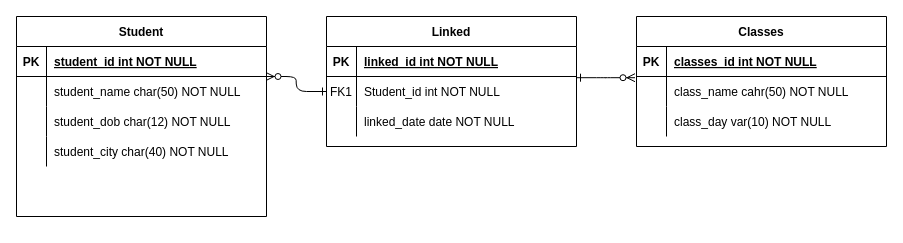
This is images/ERD02-09-21.drawio from MrLucien-Johnson/Class_enrollment_Project, a draw.io file, before an edit. Source tidied: cells renumbered, new cells numbered last; positions are measured from the earlier drawing's top-left corner, leaving out a move shared by most shapes. Both pictures are drawn from the tidied source at 100%, with x=0, y=0 at pixel (16, 16).
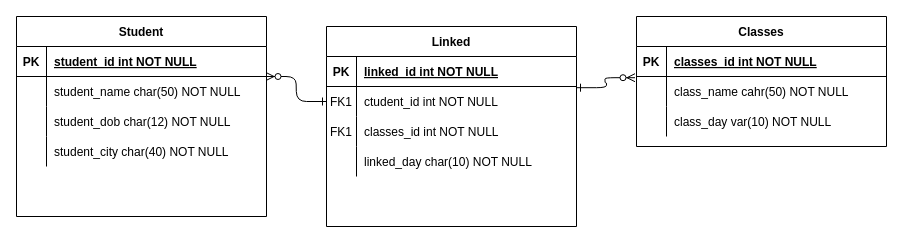
The same page after the edit.

Commit message (it also covers changes not shown here):
CRUD ACHIEVED lINKED NOT YET USED

The change refers to these unchanged cells:
```xml
<mxCell id="7" style="shape=partialRectangle;fillColor=none;points=[[0,0.5],[1,0.5]];portConstraint=eastwest;top=0;left=0;right=0;bottom=0;" parent="3" vertex="1">
  <mxGeometry y="60" width="250" height="30" as="geometry" />
</mxCell>
```

What changed in the source:
```diff
@@
     <mxCell id="3" value="Linked" style="shape=table;startSize=30;childLayout=tableLayout;rowLines=0;fontStyle=1;align=center;" parent="1" vertex="1">
-      <mxGeometry x="310" width="250" height="130" as="geometry" />
+      <mxGeometry x="310" y="10" width="250" height="200" as="geometry" />
     </mxCell>
@@
-    <mxCell id="9" value="Student_id int NOT NULL" style="shape=partialRectangle;overflow=hidden;fillColor=none;top=0;left=0;bottom=0;right=0;align=left;spacingLeft=6;" parent="7" vertex="1">
+    <mxCell id="9" value="ctudent_id int NOT NULL" style="shape=partialRectangle;overflow=hidden;fillColor=none;top=0;left=0;bottom=0;right=0;align=left;spacingLeft=6;" parent="7" vertex="1">
       <mxGeometry x="30" width="220" height="30" as="geometry" />
     </mxCell>
+    <mxCell id="37" style="shape=partialRectangle;fillColor=none;top=0;left=0;right=0;bottom=0;" parent="3" vertex="1">
+      <mxGeometry y="90" width="250" height="30" as="geometry" />
+    </mxCell>
+    <mxCell id="38" value="FK1" style="shape=partialRectangle;overflow=hidden;fillColor=none;top=0;left=0;bottom=0;right=0;" parent="37" vertex="1">
+      <mxGeometry width="30" height="30" as="geometry" />
+    </mxCell>
+    <mxCell id="39" value="classes_id int NOT NULL" style="shape=partialRectangle;overflow=hidden;fillColor=none;top=0;left=0;bottom=0;right=0;align=left;spacingLeft=6;" parent="37" vertex="1">
+      <mxGeometry x="30" width="220" height="30" as="geometry" />
+    </mxCell>
     <mxCell id="10" style="shape=partialRectangle;fillColor=none;top=0;left=0;right=0;bottom=0;" parent="3" vertex="1">
-      <mxGeometry y="90" width="250" height="30" as="geometry" />
+      <mxGeometry y="120" width="250" height="30" as="geometry" />
     </mxCell>
@@
-    <mxCell id="12" value="linked_date date NOT NULL" style="shape=partialRectangle;overflow=hidden;fillColor=none;top=0;left=0;bottom=0;right=0;align=left;spacingLeft=6;" parent="10" vertex="1">
+    <mxCell id="12" value="linked_day char(10) NOT NULL" style="shape=partialRectangle;overflow=hidden;fillColor=none;top=0;left=0;bottom=0;right=0;align=left;spacingLeft=6;" parent="10" vertex="1">
       <mxGeometry x="30" width="220" height="30" as="geometry" />
     </mxCell>
```
